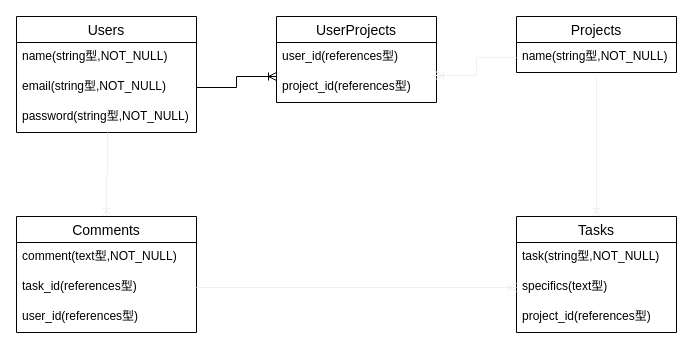
Earlier version of the draw.io diagram DBseting.drawio (NaoyaNemezawa/work_progress). Source tidied: cells renumbered, new cells numbered last; positions are measured from the earlier drawing's top-left corner, leaving out a move shared by most shapes. Both pictures are drawn from the tidied source at 100%, with x=0, y=0 at pixel (16, 16).
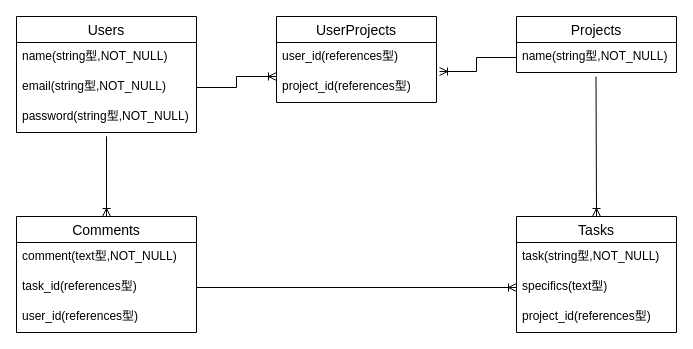
The same page after the edit.

Unchanged cells that the change refers to:
```xml
<mxCell id="5" value="password(string型,NOT_NULL)" style="text;strokeColor=none;fillColor=none;spacingLeft=4;spacingRight=4;overflow=hidden;points=[[0,0.5],[1,0.5]];portConstraint=eastwest;fontSize=12;" parent="2" vertex="1">
  <mxGeometry y="86" width="180" height="30" as="geometry" />
</mxCell>
<mxCell id="8" value="project_id(references型)" style="text;strokeColor=none;fillColor=none;spacingLeft=4;spacingRight=4;overflow=hidden;points=[[0,0.5],[1,0.5]];portConstraint=eastwest;fontSize=12;" parent="6" vertex="1">
  <mxGeometry y="56" width="160" height="30" as="geometry" />
</mxCell>
<mxCell id="10" value="name(string型,NOT_NULL)" style="text;strokeColor=none;fillColor=none;spacingLeft=4;spacingRight=4;overflow=hidden;points=[[0,0.5],[1,0.5]];portConstraint=eastwest;fontSize=12;" parent="9" vertex="1">
  <mxGeometry y="26" width="160" height="30" as="geometry" />
</mxCell>
<mxCell id="12" value="Comments" style="swimlane;fontStyle=0;horizontal=1;startSize=26;align=center;fontSize=14;" parent="1" vertex="1">
  <mxGeometry y="200" width="180" height="116" as="geometry" />
</mxCell>
<mxCell id="14" value="task_id(references型)" style="text;strokeColor=none;fillColor=none;spacingLeft=4;spacingRight=4;overflow=hidden;points=[[0,0.5],[1,0.5]];portConstraint=eastwest;fontSize=12;" parent="12" vertex="1">
  <mxGeometry y="56" width="180" height="30" as="geometry" />
</mxCell>
<mxCell id="17" value="Tasks" style="swimlane;fontStyle=0;horizontal=1;startSize=26;align=center;fontSize=14;" parent="1" vertex="1">
  <mxGeometry x="500" y="200" width="160" height="116" as="geometry" />
</mxCell>
<mxCell id="19" value="specifics(text型)" style="text;strokeColor=none;fillColor=none;spacingLeft=4;spacingRight=4;overflow=hidden;points=[[0,0.5],[1,0.5]];portConstraint=eastwest;fontSize=12;" parent="17" vertex="1">
  <mxGeometry y="56" width="160" height="30" as="geometry" />
</mxCell>
```

The edit, as a diff of the source:
```diff
@@
-    <mxCell id="11" style="edgeStyle=orthogonalEdgeStyle;rounded=0;jettySize=auto;html=1;startArrow=ERoneToMany;startFill=0;endArrow=none;endFill=0;strokeColor=#f0f0f0;entryX=0.506;entryY=1;entryDx=0;entryDy=0;entryPerimeter=0;" parent="1" edge="1" source="12" target="5">
-      <mxGeometry relative="1" as="geometry" />
-    </mxCell>
@@
-    <mxCell id="16" style="edgeStyle=orthogonalEdgeStyle;rounded=0;jettySize=auto;html=1;endArrow=none;endFill=0;strokeColor=#f0f0f0;startArrow=ERoneToMany;startFill=0;" parent="1" edge="1" source="17">
-      <mxGeometry relative="1" as="geometry">
-        <mxPoint x="580" y="60" as="targetPoint" />
-      </mxGeometry>
-    </mxCell>
@@
-    <mxCell id="22" style="edgeStyle=orthogonalEdgeStyle;rounded=0;jettySize=auto;html=1;entryX=0.994;entryY=0.1;entryDx=0;entryDy=0;entryPerimeter=0;endArrow=ERoneToMany;endFill=0;strokeColor=#f0f0f0;" parent="1" edge="1" source="10" target="8">
-      <mxGeometry relative="1" as="geometry" />
-    </mxCell>
-    <mxCell id="23" style="edgeStyle=orthogonalEdgeStyle;rounded=0;jettySize=auto;html=1;entryX=1;entryY=0.5;entryDx=0;entryDy=0;startArrow=ERoneToMany;startFill=0;endArrow=none;endFill=0;strokeColor=#f0f0f0;" parent="1" edge="1" source="19" target="14">
-      <mxGeometry relative="1" as="geometry" />
-    </mxCell>
+    <mxCell id="24" style="edgeStyle=orthogonalEdgeStyle;rounded=0;jettySize=auto;html=1;endArrow=ERoneToMany;endFill=0;entryX=1.019;entryY=-0.033;entryDx=0;entryDy=0;entryPerimeter=0;" parent="1" edge="1" target="8">
+      <mxGeometry relative="1" as="geometry">
+        <mxPoint x="500" y="41" as="sourcePoint" />
+        <Array as="points">
+          <mxPoint x="460" y="41" />
+          <mxPoint x="460" y="55" />
+        </Array>
+      </mxGeometry>
+    </mxCell>
+    <mxCell id="25" style="edgeStyle=orthogonalEdgeStyle;rounded=0;jettySize=auto;html=1;entryX=0.5;entryY=0;entryDx=0;entryDy=0;endArrow=ERoneToMany;endFill=0;" parent="1" edge="1" target="12">
+      <mxGeometry relative="1" as="geometry">
+        <mxPoint x="90" y="130" as="sourcePoint" />
+        <Array as="points">
+          <mxPoint x="90" y="120" />
+        </Array>
+      </mxGeometry>
+    </mxCell>
+    <mxCell id="26" style="edgeStyle=orthogonalEdgeStyle;rounded=0;jettySize=auto;html=1;endArrow=ERoneToMany;endFill=0;entryX=0;entryY=0.5;entryDx=0;entryDy=0;exitX=1;exitY=0.5;exitDx=0;exitDy=0;" parent="1" edge="1" source="14" target="19">
+      <mxGeometry relative="1" as="geometry" />
+    </mxCell>
+    <mxCell id="27" style="edgeStyle=orthogonalEdgeStyle;rounded=0;jettySize=auto;html=1;endArrow=ERoneToMany;endFill=0;entryX=0.5;entryY=0;entryDx=0;entryDy=0;" parent="1" edge="1" target="17">
+      <mxGeometry relative="1" as="geometry">
+        <mxPoint x="579.5" y="60" as="sourcePoint" />
+      </mxGeometry>
+    </mxCell>
```
